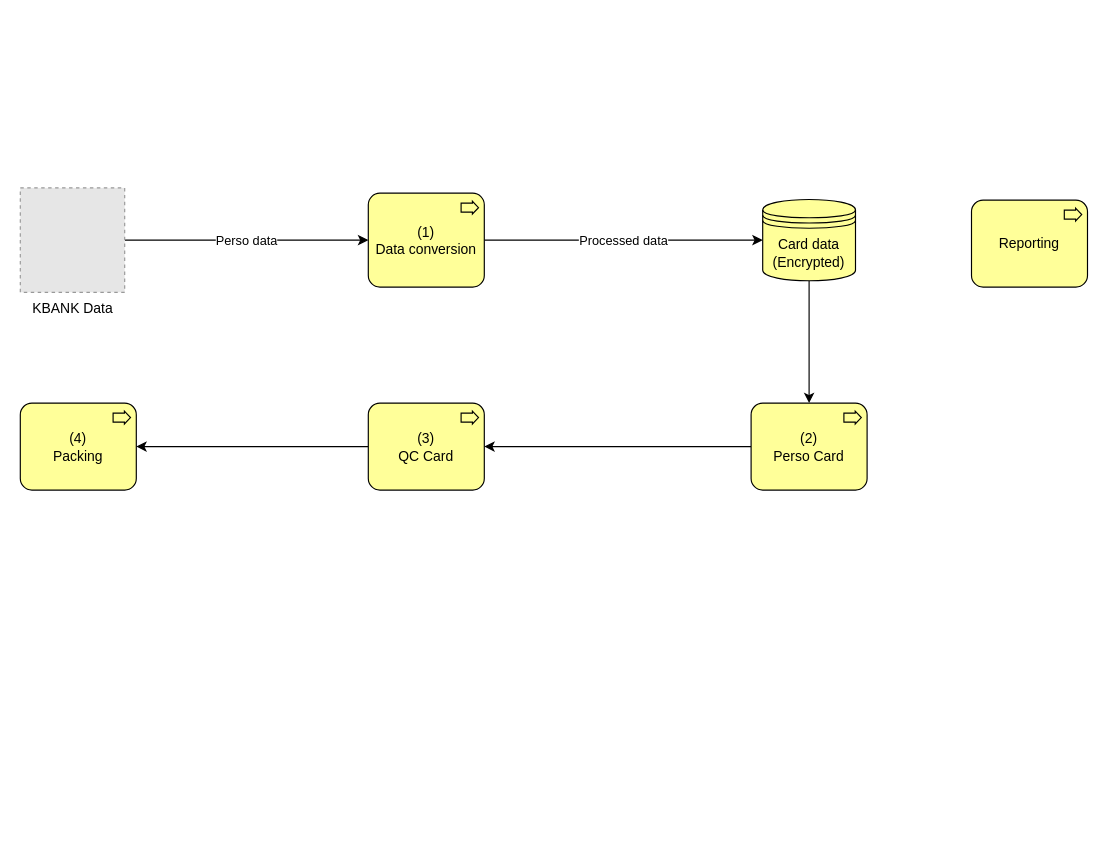
Above: page "overview" (1 of 2) of แบบแผนที่ยังไม่ได้ตั้งชื่อ.drawio in delphihero/MyDocument (draw.io), before the change. Source tidied: cells renumbered, new cells numbered last; positions are measured from the earlier drawing's top-left corner, leaving out a move shared by most shapes. Both pictures are drawn from the tidied source at 116%, with x=0, y=0 at pixel (20, 187). Pictures stored in the file or linked from it are replaced by grey dashed boxes.
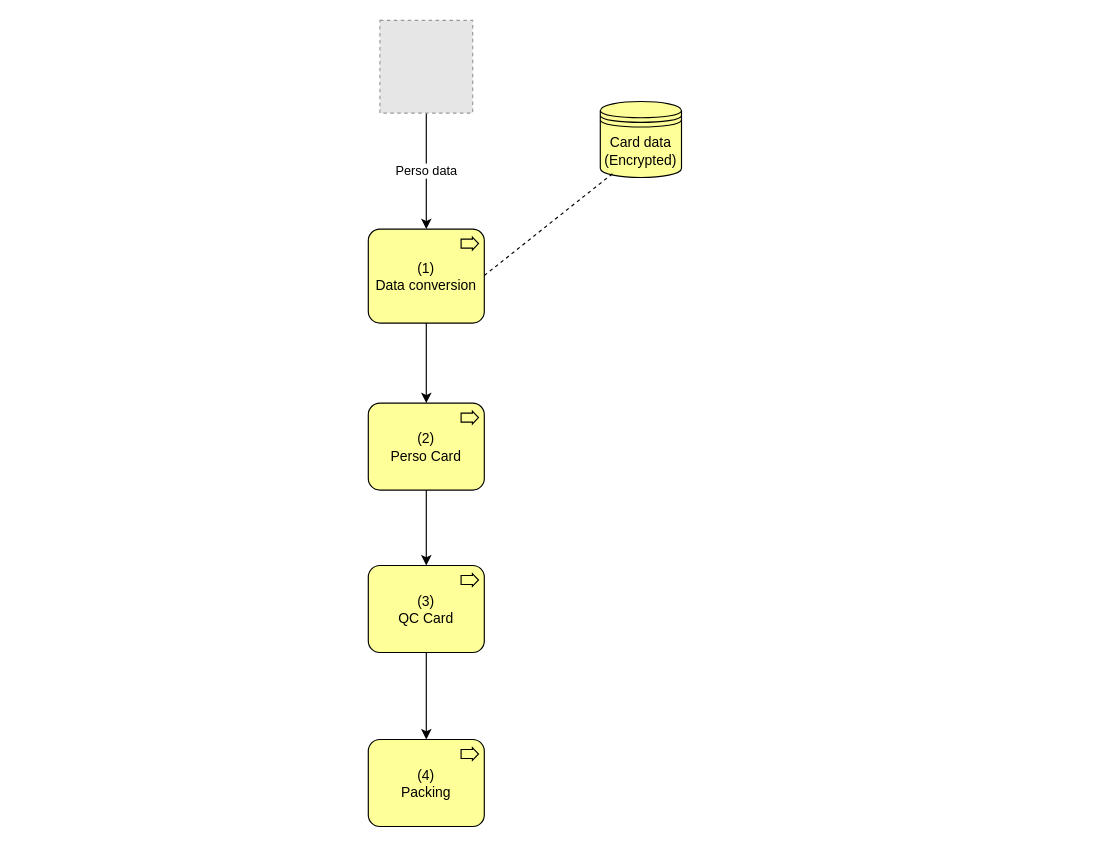
The same page after the edit.

What changed in the source:
```diff
@@
 <mxGraphModel>
   <root>
     <mxCell id="0" />
     <mxCell id="1" parent="0" />
-    <mxCell id="2" value="Perso data" style="edgeStyle=orthogonalEdgeStyle;rounded=0;jettySize=auto;html=1;entryX=0;entryY=0.5;entryDx=0;entryDy=0;entryPerimeter=0;" parent="1" edge="1" source="3" target="5">
+    <mxCell id="2" value="Perso data" style="edgeStyle=orthogonalEdgeStyle;rounded=0;jettySize=auto;html=1;entryX=0.5;entryY=0;entryDx=0;entryDy=0;entryPerimeter=0;" parent="1" edge="1" source="3" target="5">
       <mxGeometry relative="1" as="geometry" />
     </mxCell>
-    <mxCell id="3" value="KBANK Data" style="fillColor=#E6E6E6;strokeColor=#999999;dashed=1;html=1;verticalAlign=top;verticalLabelPosition=bottom;labelBackgroundColor=#ffffff;" parent="1" vertex="1">
-      <mxGeometry y="0.5" width="90" height="90" as="geometry" />
+    <mxCell id="3" style="fillColor=#E6E6E6;strokeColor=#999999;dashed=1;html=1;verticalAlign=top;verticalLabelPosition=bottom;labelBackgroundColor=#ffffff;" parent="1" vertex="1">
+      <mxGeometry x="310" y="-144" width="80" height="80" as="geometry" />
     </mxCell>
-    <mxCell id="4" value="Processed data" style="edgeStyle=orthogonalEdgeStyle;rounded=0;jettySize=auto;html=1;entryX=0;entryY=0.5;entryDx=0;entryDy=0;" parent="1" edge="1" source="5" target="13">
-      <mxGeometry relative="1" as="geometry" />
-    </mxCell>
+    <mxCell id="14" style="edgeStyle=orthogonalEdgeStyle;rounded=0;jettySize=auto;html=1;entryX=0.5;entryY=0;entryDx=0;entryDy=0;entryPerimeter=0;" parent="1" edge="1" source="5" target="8">
+      <mxGeometry relative="1" as="geometry" />
+    </mxCell>
     <mxCell id="5" value="&lt;div&gt;(1)&lt;/div&gt;&lt;div&gt;Data conversion&lt;/div&gt;" style="html=1;outlineConnect=0;whiteSpace=wrap;fillColor=#ffff99;shape=mxgraph.archimate.business;busType=process;" parent="1" vertex="1">
-      <mxGeometry x="300" y="5" width="100" height="81" as="geometry" />
+      <mxGeometry x="300" y="36" width="100" height="81" as="geometry" />
     </mxCell>
-    <mxCell id="6" value="Reporting" style="html=1;whiteSpace=wrap;fillColor=#ffff99;shape=mxgraph.archimate.business;busType=process;" parent="1" vertex="1">
-      <mxGeometry x="820" y="11" width="100" height="75" as="geometry" />
-    </mxCell>
     <mxCell id="7" style="edgeStyle=orthogonalEdgeStyle;rounded=0;jettySize=auto;html=1;" parent="1" edge="1" source="8" target="10">
       <mxGeometry relative="1" as="geometry" />
     </mxCell>
     <mxCell id="8" value="&lt;div&gt;(2)&lt;/div&gt;&lt;div&gt;Perso Card&lt;/div&gt;" style="html=1;outlineConnect=0;whiteSpace=wrap;fillColor=#ffff99;shape=mxgraph.archimate.business;busType=process;" parent="1" vertex="1">
-      <mxGeometry x="630" y="186" width="100" height="75" as="geometry" />
+      <mxGeometry x="300" y="186" width="100" height="75" as="geometry" />
     </mxCell>
-    <mxCell id="9" style="edgeStyle=orthogonalEdgeStyle;rounded=0;jettySize=auto;html=1;entryX=1;entryY=0.5;entryDx=0;entryDy=0;entryPerimeter=0;" parent="1" edge="1" source="10" target="11">
+    <mxCell id="9" style="edgeStyle=orthogonalEdgeStyle;rounded=0;jettySize=auto;html=1;exitX=0.5;exitY=1;exitDx=0;exitDy=0;exitPerimeter=0;entryX=0.5;entryY=0;entryDx=0;entryDy=0;entryPerimeter=0;" parent="1" edge="1" source="10" target="11">
       <mxGeometry relative="1" as="geometry" />
     </mxCell>
     <mxCell id="10" value="&lt;div&gt;(3)&lt;/div&gt;&lt;div&gt;QC Card&lt;/div&gt;" style="html=1;outlineConnect=0;whiteSpace=wrap;fillColor=#ffff99;shape=mxgraph.archimate.business;busType=process;" parent="1" vertex="1">
-      <mxGeometry x="300" y="186" width="100" height="75" as="geometry" />
+      <mxGeometry x="300" y="326" width="100" height="75" as="geometry" />
     </mxCell>
     <mxCell id="11" value="&lt;div&gt;(4)&lt;/div&gt;&lt;div&gt;Packing&lt;/div&gt;" style="html=1;outlineConnect=0;whiteSpace=wrap;fillColor=#ffff99;shape=mxgraph.archimate.business;busType=process;" parent="1" vertex="1">
-      <mxGeometry y="186" width="100" height="75" as="geometry" />
+      <mxGeometry x="300" y="476" width="100" height="75" as="geometry" />
     </mxCell>
-    <mxCell id="12" style="edgeStyle=orthogonalEdgeStyle;rounded=0;jettySize=auto;html=1;" parent="1" edge="1" source="13" target="8">
-      <mxGeometry relative="1" as="geometry" />
-    </mxCell>
     <mxCell id="13" value="&lt;div&gt;Card data&lt;/div&gt;&lt;div&gt;(Encrypted)&lt;br&gt;&lt;/div&gt;" style="shape=datastore;whiteSpace=wrap;html=1;fillColor=#FFFF99;" parent="1" vertex="1">
-      <mxGeometry x="640" y="10.5" width="80" height="70" as="geometry" />
+      <mxGeometry x="500" y="-74" width="70" height="65.5" as="geometry" />
     </mxCell>
+    <mxCell id="15" style="endArrow=none;dashed=1;html=1;rounded=0;entryX=0.15;entryY=0.95;entryDx=0;entryDy=0;entryPerimeter=0;" parent="1" edge="1" target="13">
+      <mxGeometry relative="1" as="geometry">
+        <mxPoint x="400" y="76" as="sourcePoint" />
+      </mxGeometry>
+    </mxCell>
   </root>
 </mxGraphModel>
```
